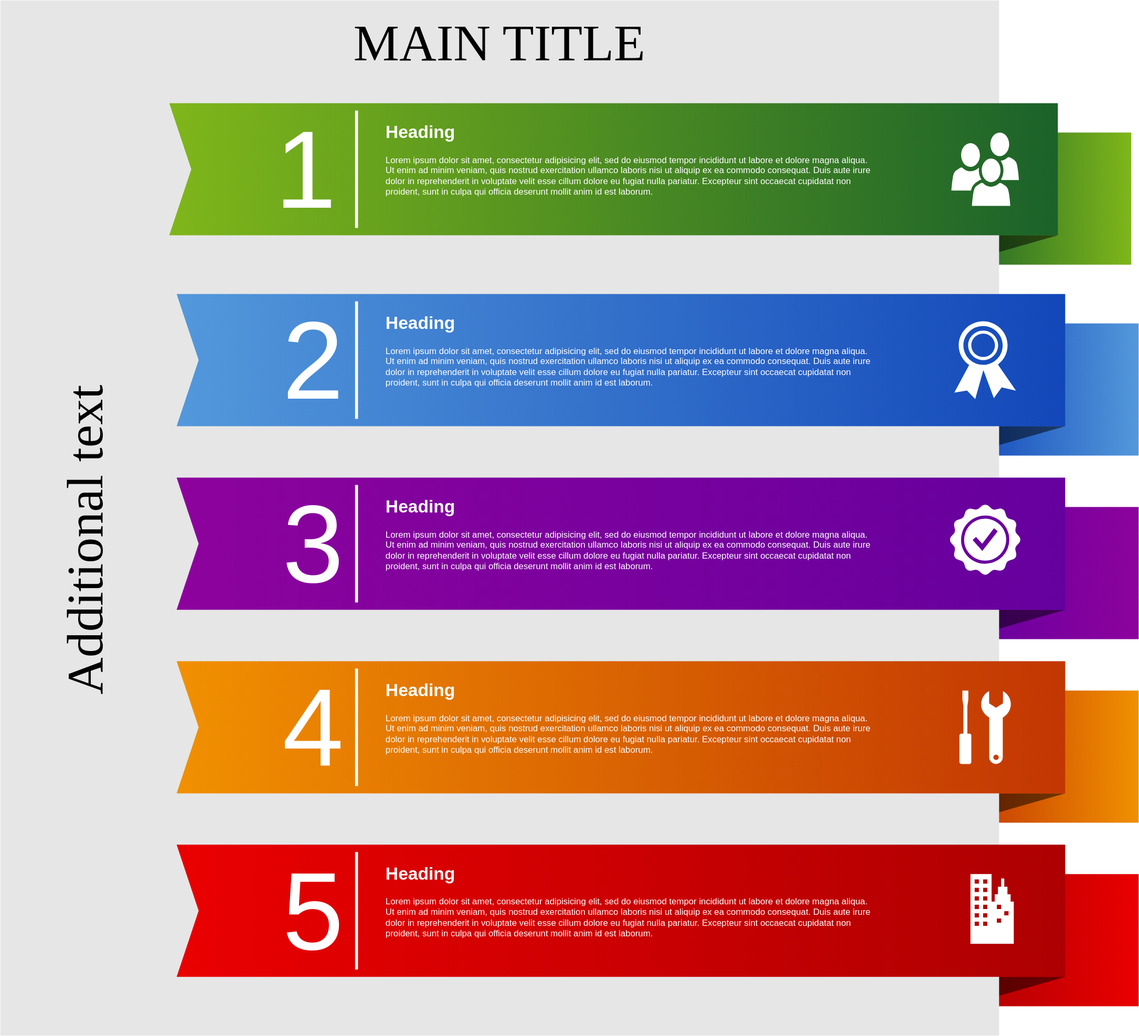
The draw.io diagram Untitled Diagram.svg in nsuedu/website-bootstrap, before a commit. Source tidied: cells renumbered, new cells last; positions are measured from the earlier drawing's top-left corner, leaving out a move shared by most shapes.
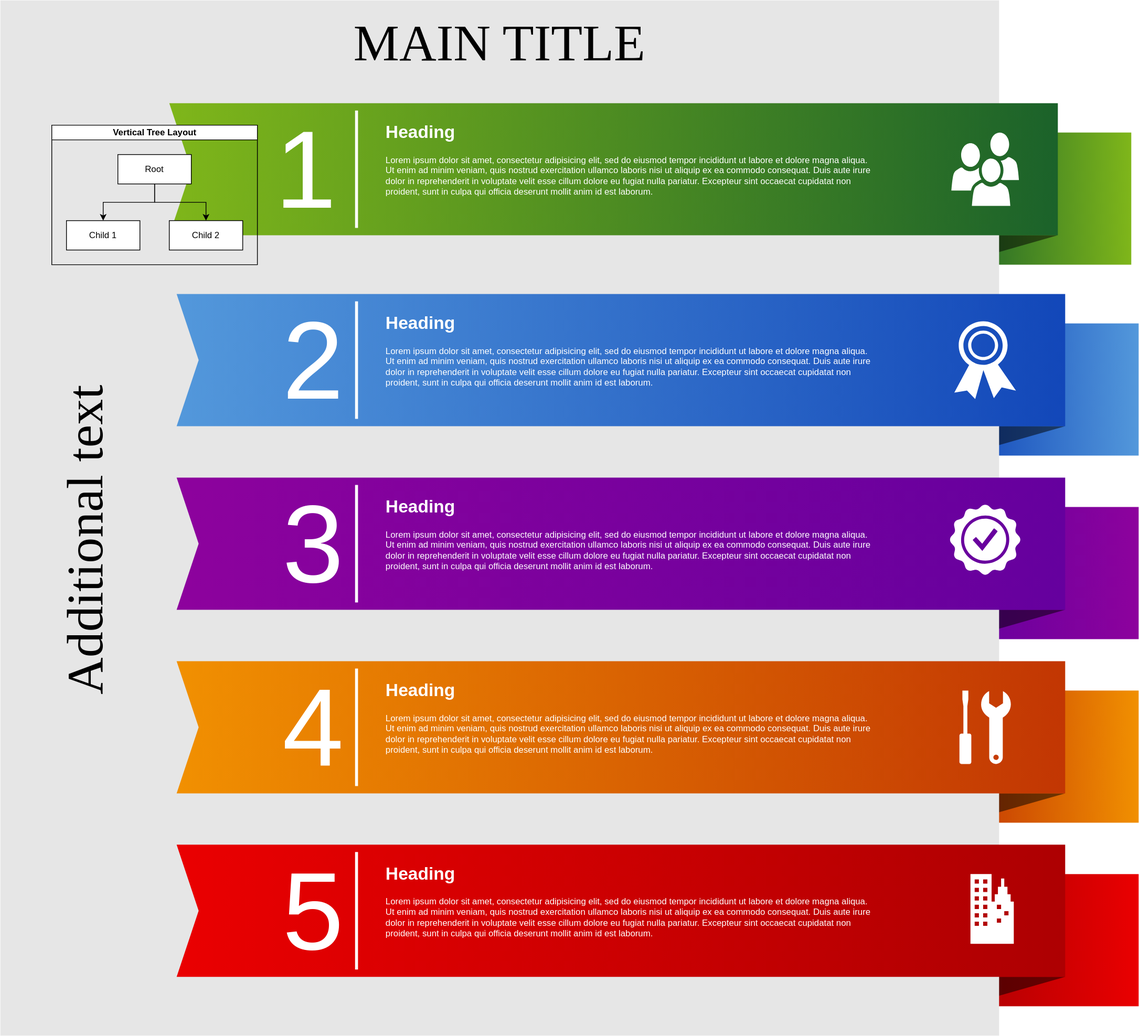
The same file after the commit.

What changed in the source:
```diff
@@ -113,5 +113,23 @@
     <mxCell id="38" style="shadow=0;dashed=0;html=1;strokeColor=none;fillColor=#FFFFFF;labelPosition=center;verticalLabelPosition=bottom;verticalAlign=top;shape=mxgraph.office.concepts.on_premises;rounded=0;fontFamily=Helvetica;fontSize=12;fontColor=#FFFFFF;align=left;" parent="1" vertex="1">
       <mxGeometry x="1321" y="1190" width="59" height="95" as="geometry" />
     </mxCell>
+    <mxCell id="39" value="Vertical Tree Layout" style="swimlane;html=1;startSize=20;horizontal=1;horizontalTree=0;containerType=tree;" parent="1" vertex="1">
+      <mxGeometry x="70" y="170" width="280" height="190" as="geometry" />
+    </mxCell>
+    <mxCell id="40" value="Root" style="whiteSpace=wrap;html=1;" parent="39" vertex="1">
+      <mxGeometry x="90" y="40" width="100" height="40" as="geometry" />
+    </mxCell>
+    <mxCell id="41" value="Child 1" style="whiteSpace=wrap;html=1;" parent="39" vertex="1">
+      <mxGeometry x="20" y="130" width="100" height="40" as="geometry" />
+    </mxCell>
+    <mxCell id="42" style="edgeStyle=elbowEdgeStyle;elbow=vertical;html=1;rounded=0;" parent="39" edge="1" source="40" target="41">
+      <mxGeometry relative="1" as="geometry" />
+    </mxCell>
+    <mxCell id="43" value="Child 2" style="whiteSpace=wrap;html=1;" parent="39" vertex="1">
+      <mxGeometry x="160" y="130" width="100" height="40" as="geometry" />
+    </mxCell>
+    <mxCell id="44" style="edgeStyle=elbowEdgeStyle;elbow=vertical;html=1;rounded=0;" parent="39" edge="1" source="40" target="43">
+      <mxGeometry relative="1" as="geometry" />
+    </mxCell>
   </root>
 </mxGraphModel>
```
